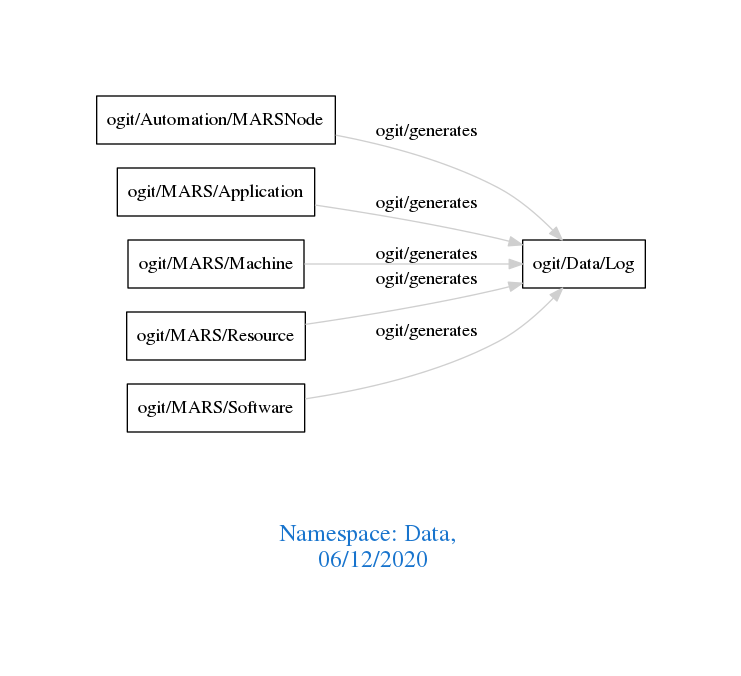
arago/OGIT keeps this Graphviz diagram as downloads/Data.png. Above is the earlier version. Its source is kept beside it as downloads/Data.dot.
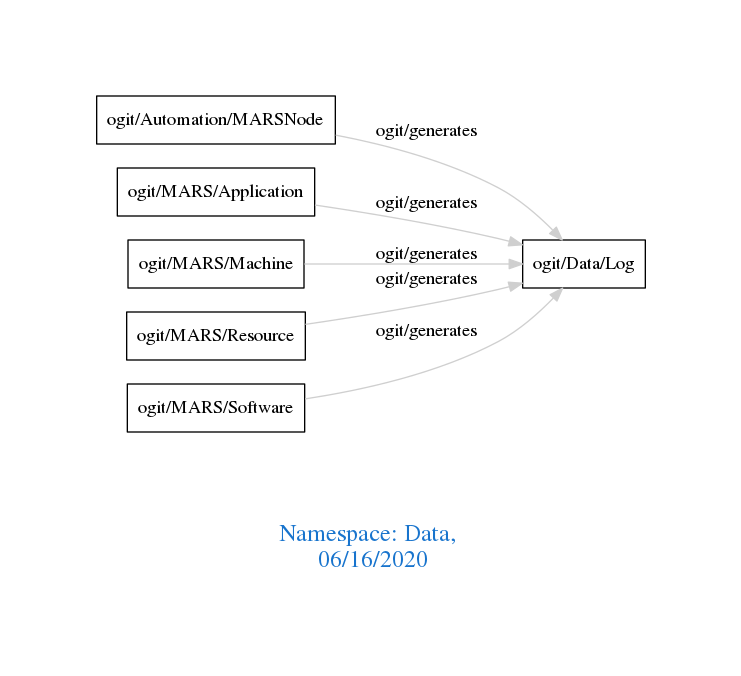
Later version of the same file.

Change to the diagram source:
```diff
@@ -1,7 +1,7 @@
 digraph OGIT_ontology {
  graph [ rankdir= LR,pad=1
 fontsize = 18,
-fontcolor= dodgerblue3,label = "\n\n\nNamespace: Data, \n 06/12/2020"];
+fontcolor= dodgerblue3,label = "\n\n\nNamespace: Data, \n 06/16/2020"];
 node[shape=polygon];
 edge [  color="gray81"];
 
```
